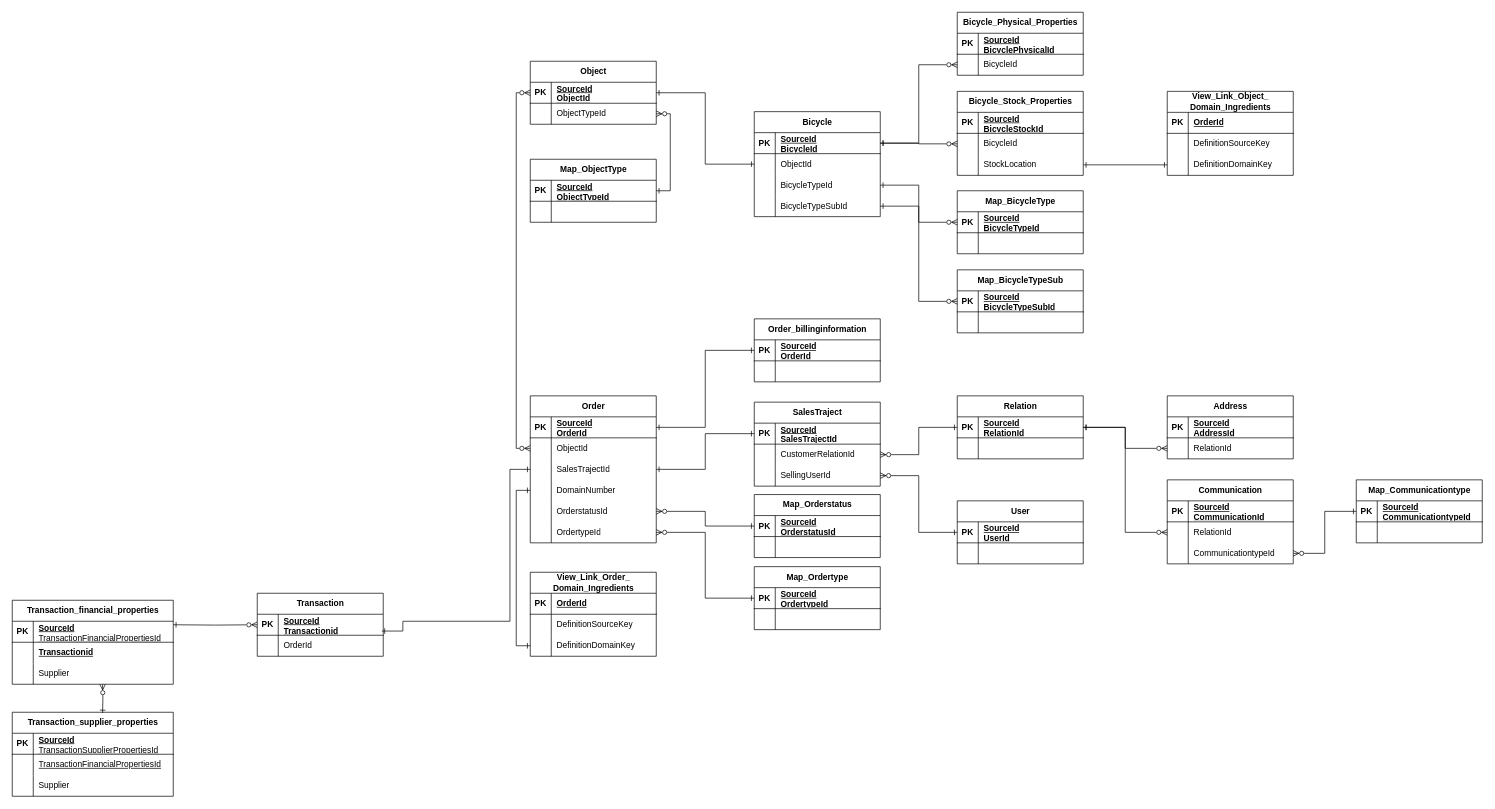
Above: Diagram zonder titel.drawio in roxboers/starter-web (draw.io), before the change. Source tidied: cells renumbered, new cells numbered last; positions are measured from the earlier drawing's top-left corner, leaving out a move shared by most shapes. Both pictures are drawn from the tidied source at 70%, with x=0, y=0 at pixel (12, 12).
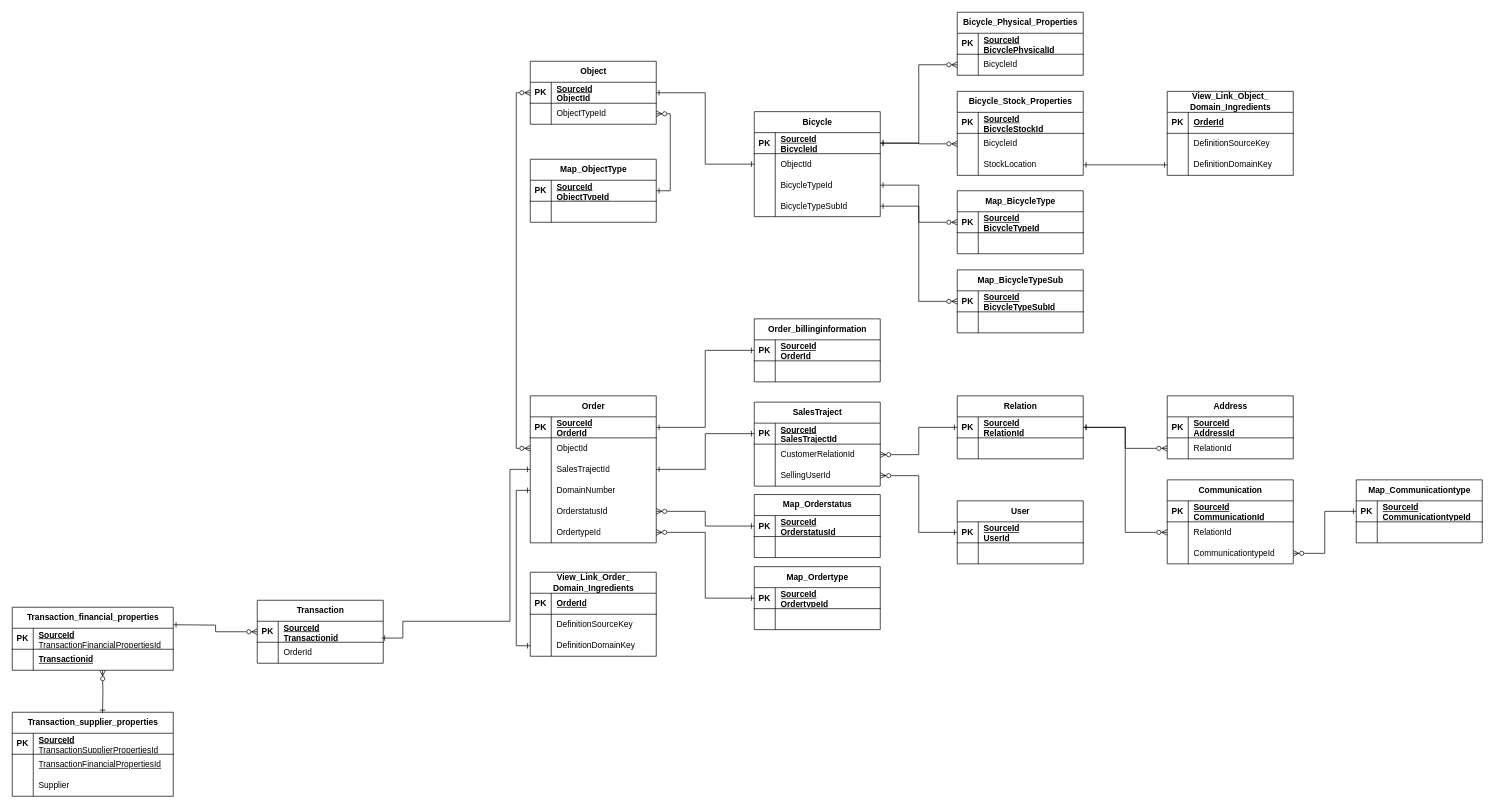
The same diagram, later.

Commit message (it also covers changes not shown here):
ERD transactielijst fietsen

The change refers to these unchanged cells:
```xml
<mxCell id="195" value="Transaction_supplier_properties" style="shape=table;startSize=30;childLayout=tableLayout;rowLines=0;fontStyle=1;align=center;html=1;" parent="1" vertex="1">
  <mxGeometry y="1000" width="230" height="120" as="geometry" />
</mxCell>
```

What changed in the source:
```diff
@@
     <mxCell id="186" value="Transaction" style="shape=table;startSize=30;childLayout=tableLayout;rowLines=0;fontStyle=1;align=center;html=1;" parent="1" vertex="1">
-      <mxGeometry x="350" y="830" width="180" height="90" as="geometry" />
+      <mxGeometry x="350" y="840" width="180" height="90" as="geometry" />
     </mxCell>
@@
     <mxCell id="205" value="Transaction_financial_properties" style="shape=table;startSize=30;childLayout=tableLayout;rowLines=0;fontStyle=1;align=center;html=1;" parent="1" vertex="1">
-      <mxGeometry y="840" width="230" height="120" as="geometry" />
+      <mxGeometry y="850" width="230" height="90" as="geometry" />
     </mxCell>
@@
-    <mxCell id="212" style="shape=tableRow;horizontal=0;startSize=0;swimlaneHead=0;swimlaneBody=0;fillColor=none;top=0;left=0;right=0;bottom=0;" parent="205" vertex="1">
-      <mxGeometry y="90" width="230" height="30" as="geometry" />
-    </mxCell>
-    <mxCell id="213" style="shape=partialRectangle;fillColor=none;top=0;left=0;bottom=0;right=0;overflow=hidden;whiteSpace=wrap;html=1;" parent="212" vertex="1">
-      <mxGeometry width="30" height="30" as="geometry" />
-    </mxCell>
-    <mxCell id="214" value="Supplier" style="shape=partialRectangle;fillColor=none;top=0;left=0;bottom=0;right=0;align=left;spacingLeft=6;overflow=hidden;whiteSpace=wrap;html=1;" parent="212" vertex="1">
-      <mxGeometry x="30" width="200" height="30" as="geometry" />
-    </mxCell>
     <mxCell id="215" style="edgeStyle=orthogonalEdgeStyle;rounded=0;jettySize=auto;html=1;entryX=0.561;entryY=0.008;entryDx=0;entryDy=0;endArrow=ERone;endFill=0;startArrow=ERzeroToMany;startFill=0;entryPerimeter=0;" parent="1" edge="1" target="195">
       <mxGeometry relative="1" as="geometry">
-        <mxPoint x="129" y="960" as="sourcePoint" />
+        <mxPoint x="129" y="940" as="sourcePoint" />
       </mxGeometry>
     </mxCell>
```
